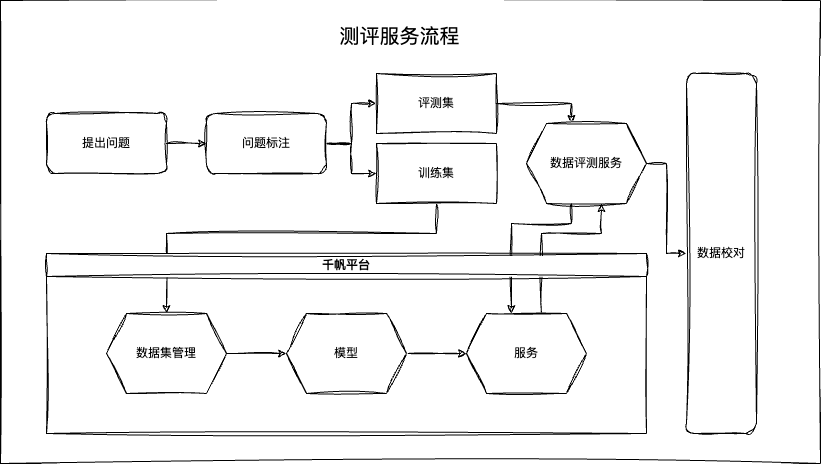
Above: chatbi/评测服务流程.drawio.png in cavaljames/work-diagrams (draw.io), before the change. Source tidied: cells renumbered, new cells last; positions are measured from the earlier drawing's top-left corner, leaving out a move shared by most shapes.
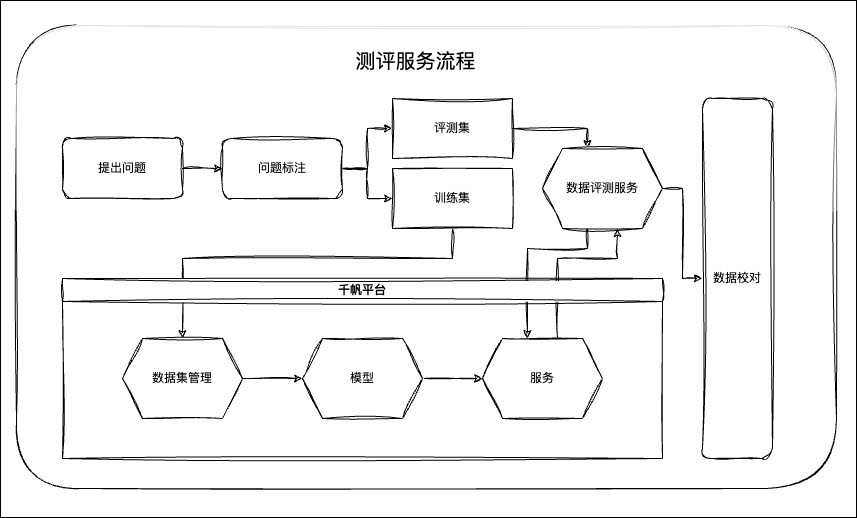
The same file after the commit.

Commit message:
更新评测服务流程.drawio.png

Diff of the diagram source:
```diff
@@ -2,7 +2,10 @@
   <root>
     <mxCell id="0" />
     <mxCell id="1" parent="0" />
+    <mxCell id="24" style="rounded=0;whiteSpace=wrap;html=1;hachureGap=4;fontFamily=Architects Daughter;fontSource=https%3A%2F%2Ffonts.googleapis.com%2Fcss%3Ffamily%3DArchitects%2BDaughter;fontSize=20;" parent="1" vertex="1">
+      <mxGeometry x="-16" y="-25" width="856" height="517" as="geometry" />
+    </mxCell>
-    <mxCell id="2" style="rounded=0;whiteSpace=wrap;html=1;sketch=1;hachureGap=4;jiggle=2;curveFitting=1;fontFamily=Architects Daughter;fontSource=https%3A%2F%2Ffonts.googleapis.com%2Fcss%3Ffamily%3DArchitects%2BDaughter;fontSize=20;align=center;" parent="1" vertex="1">
+    <mxCell id="2" style="rounded=1;whiteSpace=wrap;html=1;sketch=1;hachureGap=4;jiggle=2;curveFitting=1;fontFamily=Architects Daughter;fontSource=https%3A%2F%2Ffonts.googleapis.com%2Fcss%3Ffamily%3DArchitects%2BDaughter;fontSize=20;align=center;shadow=0;glass=1;" parent="1" vertex="1">
       <mxGeometry width="820" height="463" as="geometry" />
     </mxCell>
     <mxCell id="3" style="edgeStyle=orthogonalEdgeStyle;rounded=0;jettySize=auto;html=1;labelBackgroundColor=none;fontColor=default;sketch=1;curveFitting=1;jiggle=2;" parent="1" edge="1" source="4" target="7">
```
